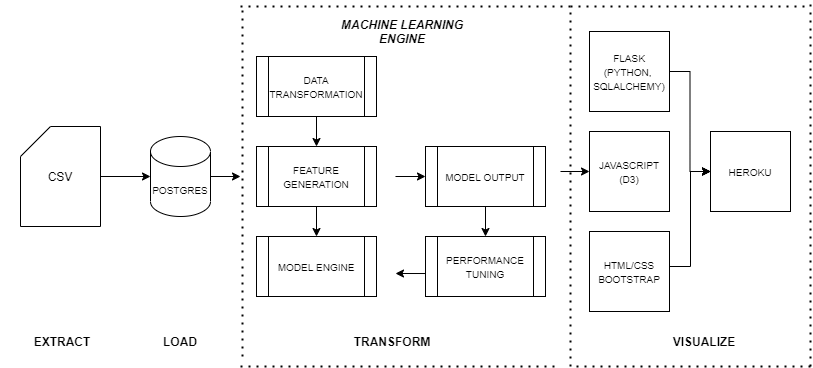
The draw.io diagram static/images/ml_architecture.png in uvineet53/optum_22, before a commit. Source tidied: cells renumbered, new cells last; positions are measured from the earlier drawing's top-left corner, leaving out a move shared by most shapes.
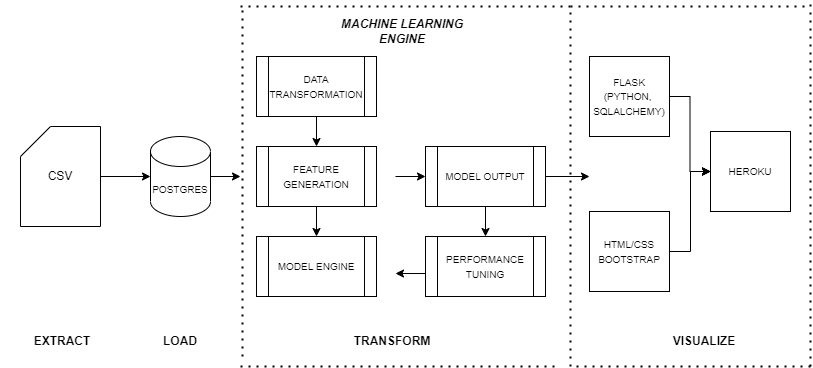
The same file after the commit.

The edit, as a diff of the source:
```diff
@@ -20,18 +20,15 @@
       <mxGeometry relative="1" as="geometry" />
     </mxCell>
     <mxCell id="7" value="&lt;font style=&quot;font-size: 10px&quot;&gt;FLASK&lt;br&gt;(PYTHON,&amp;nbsp;&lt;br&gt;SQLALCHEMY)&lt;/font&gt;" style="whiteSpace=wrap;html=1;" parent="1" vertex="1">
-      <mxGeometry x="589" y="30" width="80" height="80" as="geometry" />
+      <mxGeometry x="589" y="55" width="80" height="80" as="geometry" />
     </mxCell>
     <mxCell id="8" style="edgeStyle=orthogonalEdgeStyle;rounded=0;jettySize=auto;html=1;fontSize=12;" parent="1" edge="1" target="11">
       <mxGeometry relative="1" as="geometry">
         <mxPoint x="690" y="170" as="sourcePoint" />
       </mxGeometry>
     </mxCell>
-    <mxCell id="9" value="&lt;span style=&quot;font-size: 10px&quot;&gt;JAVASCRIPT&lt;br&gt;(D3)&lt;br&gt;&lt;/span&gt;" style="whiteSpace=wrap;html=1;" parent="1" vertex="1">
-      <mxGeometry x="589" y="130" width="80" height="80" as="geometry" />
-    </mxCell>
     <mxCell id="10" value="&lt;span style=&quot;font-size: 10px&quot;&gt;HTML/CSS&lt;br&gt;BOOTSTRAP&lt;br&gt;&lt;/span&gt;" style="whiteSpace=wrap;html=1;" parent="1" vertex="1">
-      <mxGeometry x="589" y="230" width="80" height="80" as="geometry" />
+      <mxGeometry x="589" y="210" width="80" height="80" as="geometry" />
     </mxCell>
     <mxCell id="11" value="&lt;span style=&quot;font-size: 10px&quot;&gt;HEROKU&lt;br&gt;&lt;/span&gt;" style="whiteSpace=wrap;html=1;" parent="1" vertex="1">
       <mxGeometry x="710" y="130" width="80" height="80" as="geometry" />
@@ -109,9 +106,9 @@
         <mxPoint x="810" y="5" as="targetPoint" />
       </mxGeometry>
     </mxCell>
-    <mxCell id="31" style="endArrow=classic;html=1;rounded=0;fontSize=12;entryX=0;entryY=0.5;entryDx=0;entryDy=0;" parent="1" edge="1" target="9">
+    <mxCell id="31" style="endArrow=classic;html=1;rounded=0;fontSize=12;exitX=1;exitY=0.5;exitDx=0;exitDy=0;" parent="1" edge="1" source="15">
       <mxGeometry relative="1" as="geometry">
-        <mxPoint x="560" y="170" as="sourcePoint" />
+        <mxPoint x="589" y="175" as="targetPoint" />
       </mxGeometry>
     </mxCell>
     <mxCell id="32" style="endArrow=classic;html=1;rounded=0;fontSize=12;entryX=0;entryY=0.5;entryDx=0;entryDy=0;" parent="1" edge="1" target="11">
@@ -119,11 +116,10 @@
         <mxPoint x="690" y="170" as="sourcePoint" />
       </mxGeometry>
     </mxCell>
-    <mxCell id="33" style="endArrow=classic;html=1;rounded=0;fontSize=12;entryX=0;entryY=0.5;entryDx=0;entryDy=0;" parent="1" edge="1" target="11">
+    <mxCell id="33" style="endArrow=classic;html=1;rounded=0;fontSize=12;entryX=0;entryY=0.5;entryDx=0;entryDy=0;exitX=1;exitY=0.5;exitDx=0;exitDy=0;" parent="1" edge="1" source="10" target="11">
       <mxGeometry relative="1" as="geometry">
-        <mxPoint x="669" y="265" as="sourcePoint" />
         <Array as="points">
-          <mxPoint x="690" y="265" />
+          <mxPoint x="690" y="250" />
           <mxPoint x="690" y="170" />
         </Array>
       </mxGeometry>
```
